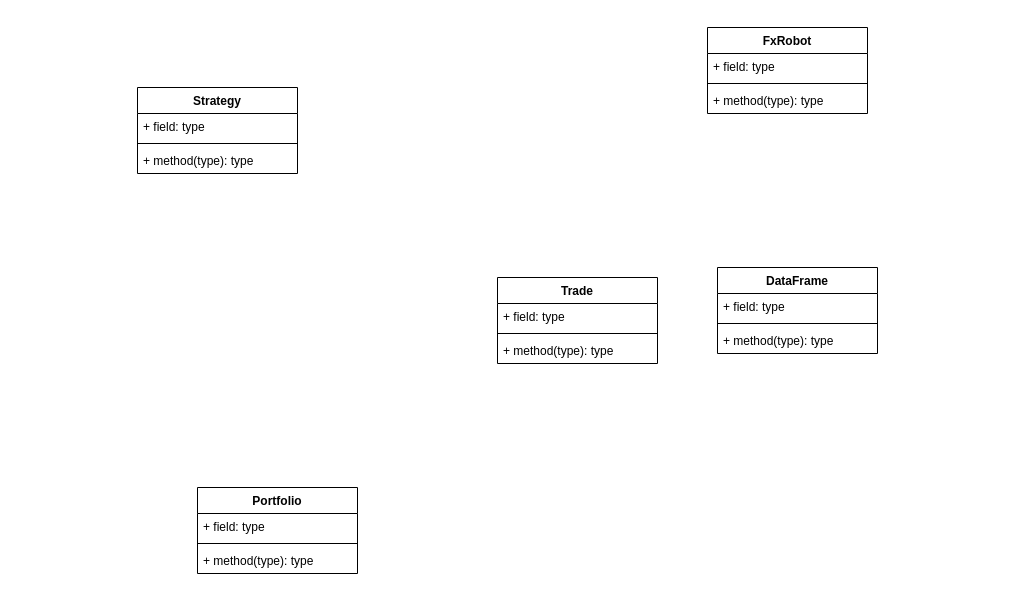
Pilipets/ForexRobot keeps this draw.io diagram as diagrams/overall.drawio. Above is the earlier version. Source tidied: cells renumbered, new cells numbered last; positions are measured from the earlier drawing's top-left corner, leaving out a move shared by most shapes. Both pictures are drawn from the tidied source at 100%, with x=0, y=0 at pixel (137, 27).
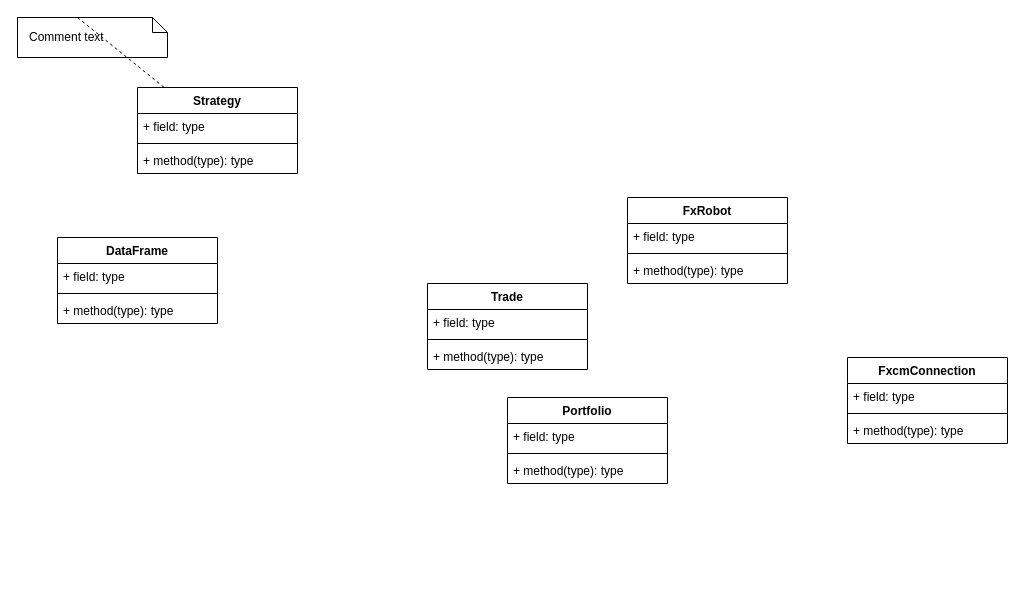
Above is the later version.

Unchanged cells that the change refers to:
```xml
<mxCell id="6" value="Strategy" style="swimlane;fontStyle=1;align=center;verticalAlign=top;horizontal=1;startSize=26;" parent="1" vertex="1">
  <mxGeometry y="60" width="160" height="86" as="geometry" />
</mxCell>
```

Change to the diagram source:
```diff
@@
     <mxCell id="2" value="FxRobot" style="swimlane;fontStyle=1;align=center;verticalAlign=top;horizontal=1;startSize=26;" parent="1" vertex="1">
-      <mxGeometry x="570" width="160" height="86" as="geometry" />
+      <mxGeometry x="490" y="170" width="160" height="86" as="geometry" />
     </mxCell>
@@
     <mxCell id="10" value="Portfolio" style="swimlane;fontStyle=1;align=center;verticalAlign=top;horizontal=1;startSize=26;" parent="1" vertex="1">
-      <mxGeometry x="60" y="460" width="160" height="86" as="geometry" />
+      <mxGeometry x="370" y="370" width="160" height="86" as="geometry" />
     </mxCell>
@@
     <mxCell id="14" value="DataFrame" style="swimlane;fontStyle=1;align=center;verticalAlign=top;horizontal=1;startSize=26;" parent="1" vertex="1">
-      <mxGeometry x="580" y="240" width="160" height="86" as="geometry" />
+      <mxGeometry x="-80" y="210" width="160" height="86" as="geometry" />
     </mxCell>
@@
     <mxCell id="18" value="Trade" style="swimlane;fontStyle=1;align=center;verticalAlign=top;horizontal=1;startSize=26;" parent="1" vertex="1">
-      <mxGeometry x="360" y="250" width="160" height="86" as="geometry" />
+      <mxGeometry x="290" y="256" width="160" height="86" as="geometry" />
     </mxCell>
@@
+    <mxCell id="22" value="FxcmConnection" style="swimlane;fontStyle=1;align=center;verticalAlign=top;horizontal=1;startSize=26;" parent="1" vertex="1">
+      <mxGeometry x="710" y="330" width="160" height="86" as="geometry" />
+    </mxCell>
+    <mxCell id="23" value="+ field: type" style="text;strokeColor=none;fillColor=none;align=left;verticalAlign=top;spacingLeft=4;spacingRight=4;overflow=hidden;" parent="22" vertex="1">
+      <mxGeometry y="26" width="160" height="26" as="geometry" />
+    </mxCell>
+    <mxCell id="24" style="line;strokeWidth=1;fillColor=none;align=left;verticalAlign=middle;spacingTop=-1;spacingLeft=3;spacingRight=3;labelPosition=right;" parent="22" vertex="1">
+      <mxGeometry y="52" width="160" height="8" as="geometry" />
+    </mxCell>
+    <mxCell id="25" value="+ method(type): type" style="text;strokeColor=none;fillColor=none;align=left;verticalAlign=top;spacingLeft=4;spacingRight=4;overflow=hidden;" parent="22" vertex="1">
+      <mxGeometry y="60" width="160" height="26" as="geometry" />
+    </mxCell>
+    <mxCell id="26" value="Comment text" style="shape=note;size=15;align=left;spacingLeft=10;html=1;whiteSpace=wrap;" parent="1" vertex="1">
+      <mxGeometry x="-120" y="-10" width="150" height="40" as="geometry" />
+    </mxCell>
+    <mxCell id="27" style="edgeStyle=none;endArrow=none;exitX=0.4;exitY=0;dashed=1;html=1;" parent="1" edge="1" source="26" target="6">
+      <mxGeometry x="1" relative="1" as="geometry" />
+    </mxCell>
```
